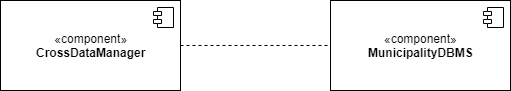
Fabs97/PremiSicilianoTaddeo keeps this draw.io diagram as DD Working Folder/dd/resources/images/Integration-MunicipalityDBMS.png. Above is the earlier version. Source tidied: cells renumbered, new cells last; positions are measured from the earlier drawing's top-left corner, leaving out a move shared by most shapes. The source it was exported from:
```xml
<mxGraphModel>
  <root>
    <mxCell id="0" />
    <mxCell id="1" parent="0" />
    <mxCell id="2" value="«component»&lt;br&gt;&lt;b&gt;MunicipalityDBMS&lt;/b&gt;" style="html=1;" parent="1" vertex="1">
      <mxGeometry x="330" width="180" height="90" as="geometry" />
    </mxCell>
    <mxCell id="3" style="shape=component;jettyWidth=8;jettyHeight=4;" parent="2" vertex="1">
      <mxGeometry x="1" width="20" height="20" relative="1" as="geometry">
        <mxPoint x="-27" y="7" as="offset" />
      </mxGeometry>
    </mxCell>
    <mxCell id="4" style="edgeStyle=orthogonalEdgeStyle;rounded=0;jettySize=auto;html=1;exitX=1;exitY=0.5;exitDx=0;exitDy=0;entryX=0;entryY=0.5;entryDx=0;entryDy=0;dashed=1;endArrow=none;endFill=0;" parent="1" edge="1" source="5" target="2">
      <mxGeometry relative="1" as="geometry" />
    </mxCell>
    <mxCell id="5" value="«component»&lt;br&gt;&lt;b&gt;CrossDataManager&lt;/b&gt;" style="html=1;" parent="1" vertex="1">
      <mxGeometry width="180" height="90" as="geometry" />
    </mxCell>
    <mxCell id="6" style="shape=component;jettyWidth=8;jettyHeight=4;" parent="5" vertex="1">
      <mxGeometry x="1" width="20" height="20" relative="1" as="geometry">
        <mxPoint x="-27" y="7" as="offset" />
      </mxGeometry>
    </mxCell>
  </root>
</mxGraphModel>
```
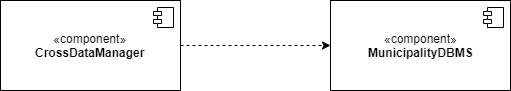
The same file after the commit.

The edit, as a diff of the source:
```diff
@@ -10,7 +10,7 @@
         <mxPoint x="-27" y="7" as="offset" />
       </mxGeometry>
     </mxCell>
-    <mxCell id="4" style="edgeStyle=orthogonalEdgeStyle;rounded=0;jettySize=auto;html=1;exitX=1;exitY=0.5;exitDx=0;exitDy=0;entryX=0;entryY=0.5;entryDx=0;entryDy=0;dashed=1;endArrow=none;endFill=0;" parent="1" edge="1" source="5" target="2">
+    <mxCell id="4" style="edgeStyle=orthogonalEdgeStyle;rounded=0;jettySize=auto;html=1;exitX=1;exitY=0.5;exitDx=0;exitDy=0;entryX=0;entryY=0.5;entryDx=0;entryDy=0;dashed=1;endArrow=classic;endFill=1;" parent="1" edge="1" source="5" target="2">
       <mxGeometry relative="1" as="geometry" />
     </mxCell>
     <mxCell id="5" value="«component»&lt;br&gt;&lt;b&gt;CrossDataManager&lt;/b&gt;" style="html=1;" parent="1" vertex="1">
```
